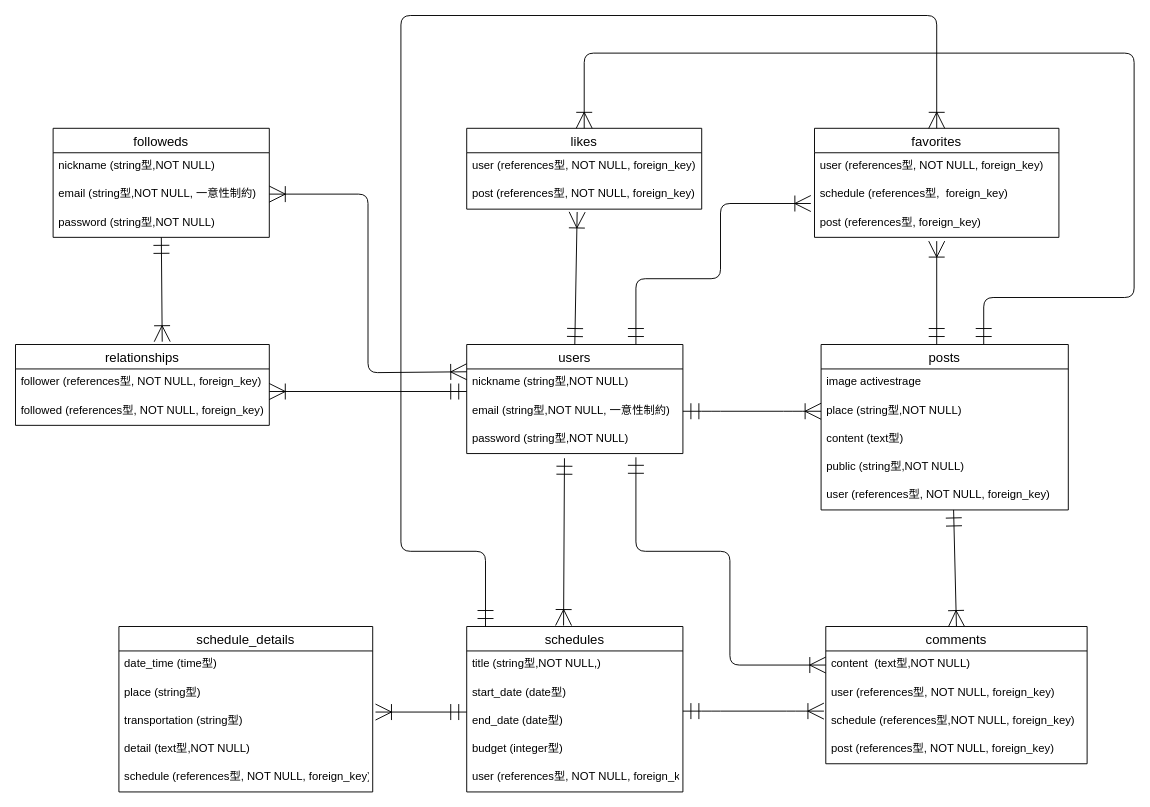
Earlier version of the draw.io diagram test.dio (konigorikun/WanderList). Source tidied: cells renumbered, new cells numbered last; positions are measured from the earlier drawing's top-left corner, leaving out a move shared by most shapes. Both pictures are drawn from the tidied source at 94%, with x=0, y=0 at pixel (15, 15).
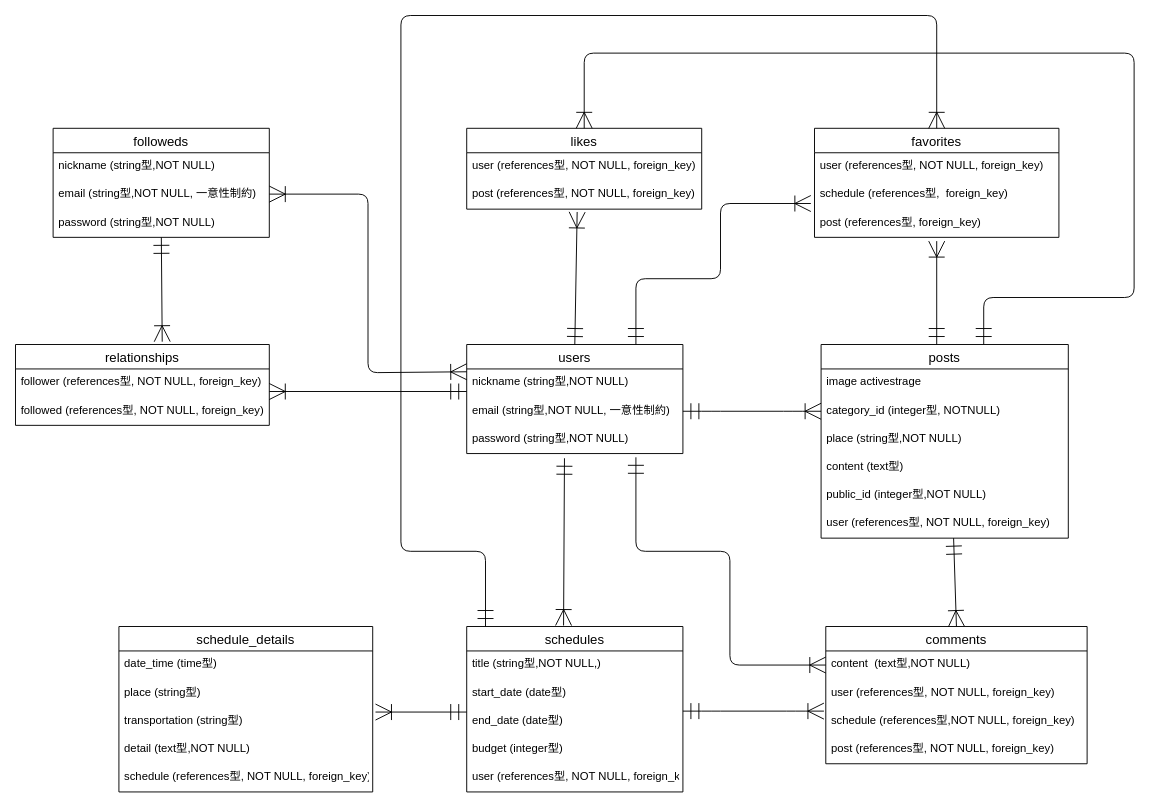
The same diagram, later.

The change refers to these unchanged cells:
```xml
<mxCell id="6" value="email (string型,NOT NULL, 一意性制約)" style="text;strokeColor=none;fillColor=none;spacingLeft=4;spacingRight=4;overflow=hidden;points=[[0,0.5],[1,0.5]];portConstraint=eastwest;fontSize=12;" parent="2" vertex="1">
  <mxGeometry y="56" width="230" height="30" as="geometry" />
</mxCell>
```

The edit, as a diff of the source:
```diff
@@
     <mxCell id="8" value="posts" style="swimlane;fontStyle=0;horizontal=1;startSize=26;align=center;fontSize=14;" parent="1" vertex="1">
-      <mxGeometry x="857" y="350" width="263" height="176" as="geometry" />
+      <mxGeometry x="857" y="350" width="263" height="206" as="geometry" />
     </mxCell>
@@
+    <mxCell id="57" value="category_id (integer型, NOTNULL)" style="text;strokeColor=none;fillColor=none;spacingLeft=4;spacingRight=4;overflow=hidden;points=[[0,0.5],[1,0.5]];portConstraint=eastwest;fontSize=12;" parent="8" vertex="1">
+      <mxGeometry y="56" width="263" height="30" as="geometry" />
+    </mxCell>
     <mxCell id="10" value="place (string型,NOT NULL)" style="text;strokeColor=none;fillColor=none;spacingLeft=4;spacingRight=4;overflow=hidden;points=[[0,0.5],[1,0.5]];portConstraint=eastwest;fontSize=12;" parent="8" vertex="1">
-      <mxGeometry y="56" width="263" height="30" as="geometry" />
+      <mxGeometry y="86" width="263" height="30" as="geometry" />
     </mxCell>
     <mxCell id="11" value="content (text型)" style="text;strokeColor=none;fillColor=none;spacingLeft=4;spacingRight=4;overflow=hidden;fontSize=12;" parent="8" vertex="1">
-      <mxGeometry y="86" width="263" height="30" as="geometry" />
+      <mxGeometry y="116" width="263" height="30" as="geometry" />
     </mxCell>
-    <mxCell id="12" value="public (string型,NOT NULL)" style="text;strokeColor=none;fillColor=none;spacingLeft=4;spacingRight=4;overflow=hidden;fontSize=12;" parent="8" vertex="1">
-      <mxGeometry y="116" width="263" height="30" as="geometry" />
+    <mxCell id="12" value="public_id (integer型,NOT NULL)" style="text;strokeColor=none;fillColor=none;spacingLeft=4;spacingRight=4;overflow=hidden;fontSize=12;" parent="8" vertex="1">
+      <mxGeometry y="146" width="263" height="30" as="geometry" />
     </mxCell>
     <mxCell id="13" value="user (references型, NOT NULL, foreign_key)" style="text;strokeColor=none;fillColor=none;spacingLeft=4;spacingRight=4;overflow=hidden;points=[[0,0.5],[1,0.5]];portConstraint=eastwest;fontSize=12;" parent="8" vertex="1">
-      <mxGeometry y="146" width="263" height="30" as="geometry" />
+      <mxGeometry y="176" width="263" height="30" as="geometry" />
     </mxCell>
@@
-    <mxCell id="39" style="edgeStyle=entityRelationEdgeStyle;fontSize=12;html=1;endArrow=ERoneToMany;startArrow=ERmandOne;entryX=0;entryY=0.5;entryDx=0;entryDy=0;exitX=1;exitY=0.5;exitDx=0;exitDy=0;endSize=15;startSize=15;" parent="1" edge="1" source="6" target="10">
+    <mxCell id="39" style="edgeStyle=entityRelationEdgeStyle;fontSize=12;html=1;endArrow=ERoneToMany;startArrow=ERmandOne;entryX=0;entryY=0.5;entryDx=0;entryDy=0;exitX=1;exitY=0.5;exitDx=0;exitDy=0;endSize=15;startSize=15;" parent="1" edge="1" source="6" target="57">
       <mxGeometry relative="1" as="geometry" />
     </mxCell>
```
